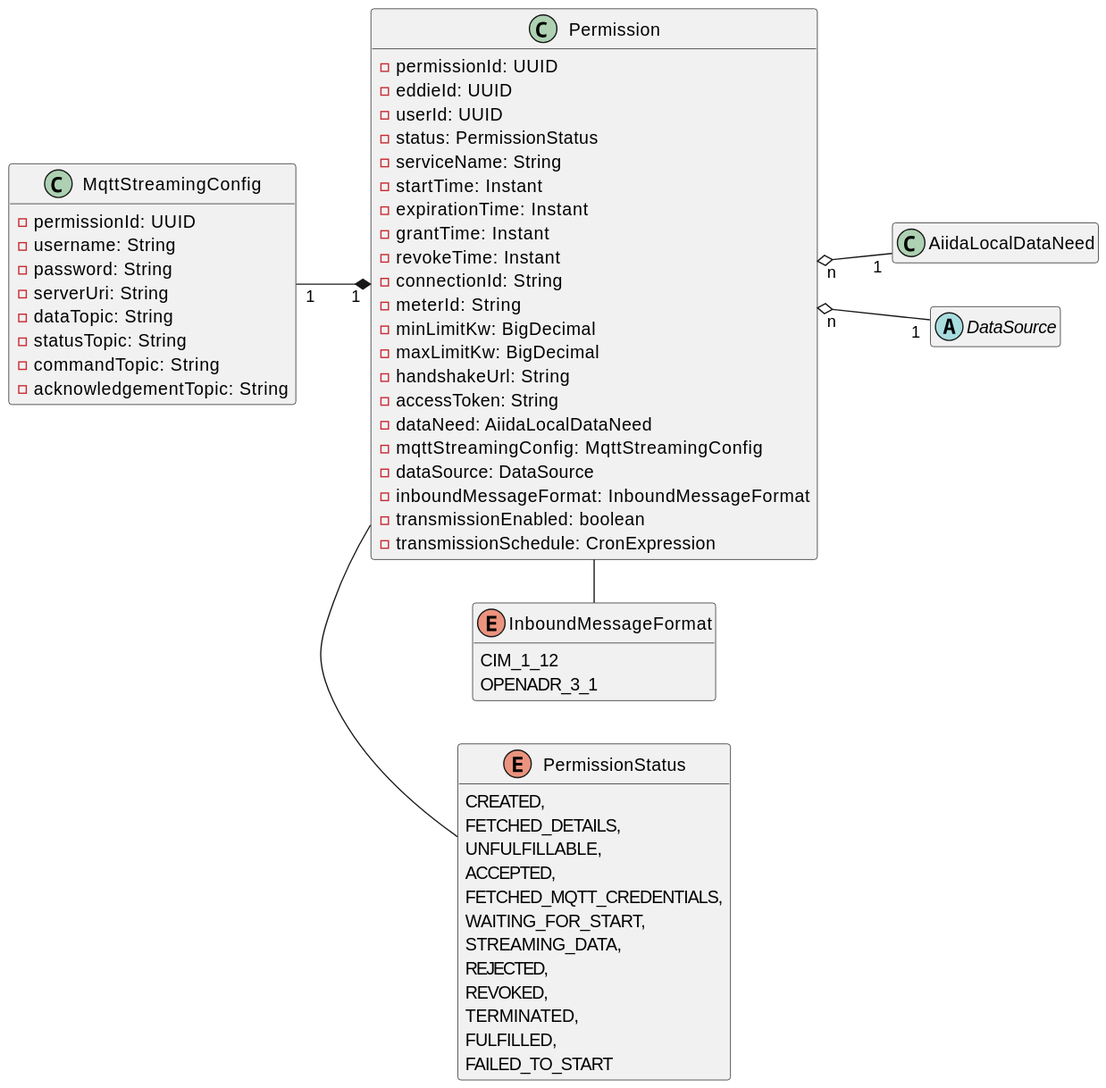
Above: aiida/docs/diagrams/aiida-class-diagram-permission.svg in eddie-energy/eddie (PlantUML), before the change.
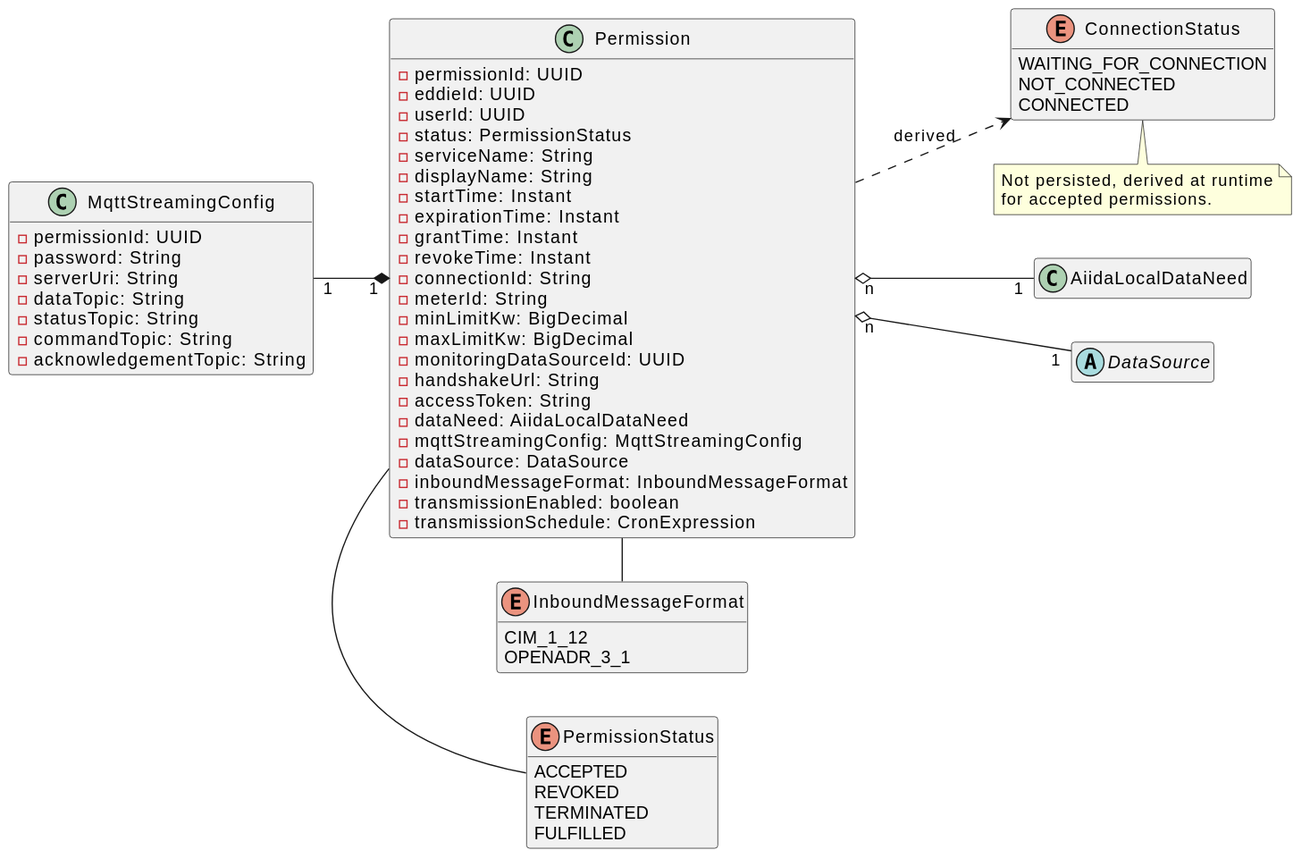
The same file after the commit.

Commit message:
docs(aiida): Document trimmed permission states, connection status and new add flow

The edit, as a diff of the source:
```diff
@@ -9,6 +9,7 @@
     - userId: UUID
     - status: PermissionStatus
     - serviceName: String
+    - displayName: String
     - startTime: Instant
     - expirationTime: Instant
     - grantTime: Instant
@@ -17,6 +18,7 @@
     - meterId: String
     - minLimitKw: BigDecimal
     - maxLimitKw: BigDecimal
+    - monitoringDataSourceId: UUID
     - handshakeUrl: String
     - accessToken: String
     - dataNeed: AiidaLocalDataNeed
@@ -34,7 +36,6 @@
 
 class MqttStreamingConfig {
     - permissionId: UUID
-    - username: String
     - password: String
     - serverUri: String
     - dataTopic: String
@@ -44,19 +45,22 @@
 }
 
 enum PermissionStatus {
-    CREATED,
-    FETCHED_DETAILS,
-    UNFULFILLABLE,
-    ACCEPTED,
-    FETCHED_MQTT_CREDENTIALS,
-    WAITING_FOR_START,
-    STREAMING_DATA,
-    REJECTED,
-    REVOKED,
-    TERMINATED,
-    FULFILLED,
-    FAILED_TO_START
+    ACCEPTED
+    REVOKED
+    TERMINATED
+    FULFILLED
 }
+
+enum ConnectionStatus {
+    WAITING_FOR_CONNECTION
+    NOT_CONNECTED
+    CONNECTED
+}
+
+note bottom of ConnectionStatus
+    Not persisted, derived at runtime
+    for accepted permissions.
+end note
 
 enum InboundMessageFormat {
     CIM_1_12
@@ -65,6 +69,7 @@
 
 Permission "n" o-- "1" AiidaLocalDataNeed
 Permission - PermissionStatus
+Permission ..> ConnectionStatus : derived
 Permission - InboundMessageFormat
 Permission "1" *-up- "1" MqttStreamingConfig
 Permission "n" o-- "1" DataSource
```
